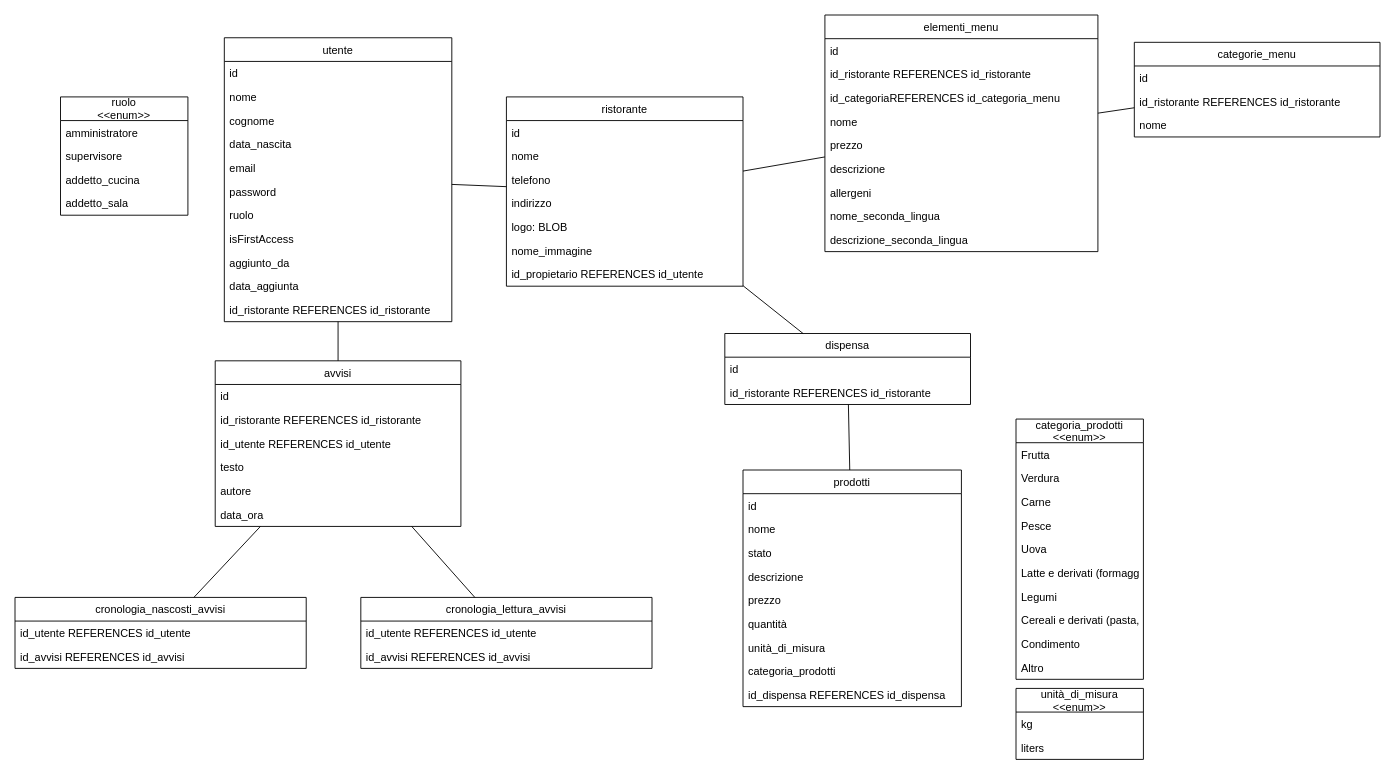
The draw.io diagram class diagrams/ChatGPT.drawio in CristianCarrella/Ratatouille23, before the edit. Source tidied: cells renumbered, new cells numbered last; positions are measured from the earlier drawing's top-left corner, leaving out a move shared by most shapes. Both pictures are drawn from the tidied source at 91%, with x=0, y=0 at pixel (15, 15).
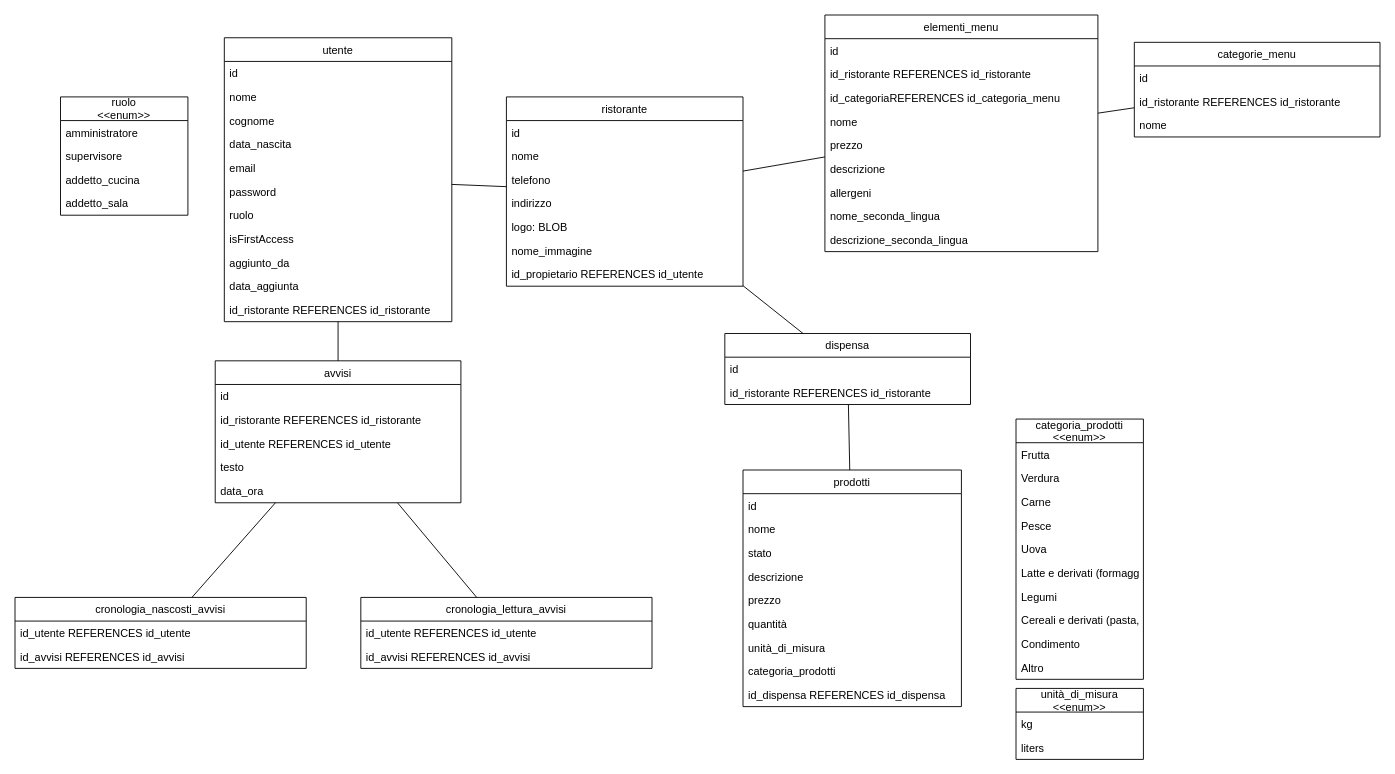
The same diagram, later.

Change to the diagram source:
```diff
@@
     <mxCell id="47" value="avvisi" style="swimlane;fontStyle=0;horizontal=1;startSize=26;fillColor=none;" parent="1" vertex="1">
-      <mxGeometry x="220" y="380" width="270" height="182" as="geometry" />
+      <mxGeometry x="220" y="380" width="270" height="156" as="geometry" />
     </mxCell>
@@
-    <mxCell id="52" value="autore" style="text;strokeColor=none;fillColor=none;align=left;verticalAlign=top;spacingLeft=4;spacingRight=4;overflow=hidden;" parent="47" vertex="1">
-      <mxGeometry y="130" width="270" height="26" as="geometry" />
-    </mxCell>
     <mxCell id="53" value="data_ora" style="text;strokeColor=none;fillColor=none;align=left;verticalAlign=top;spacingLeft=4;spacingRight=4;overflow=hidden;" parent="47" vertex="1">
-      <mxGeometry y="156" width="270" height="26" as="geometry" />
+      <mxGeometry y="130" width="270" height="26" as="geometry" />
     </mxCell>
```
